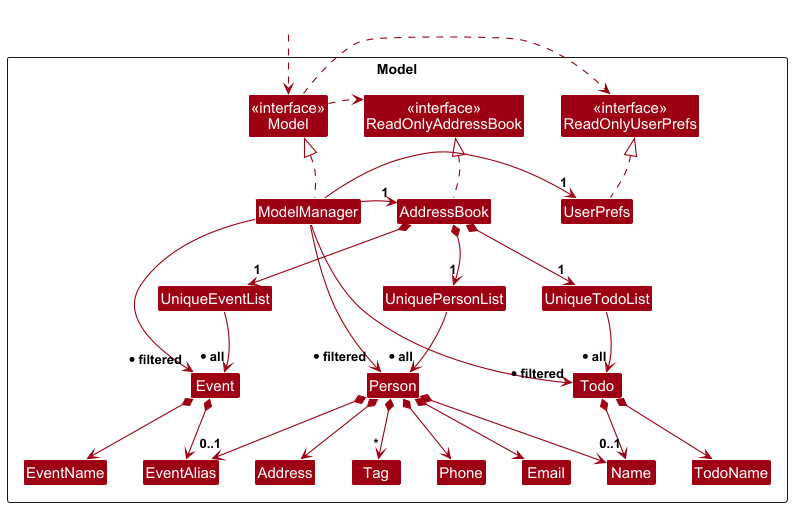
Above: docs/images/ModelClassDiagram.png in jaxwong/tp (PlantUML), before the change.
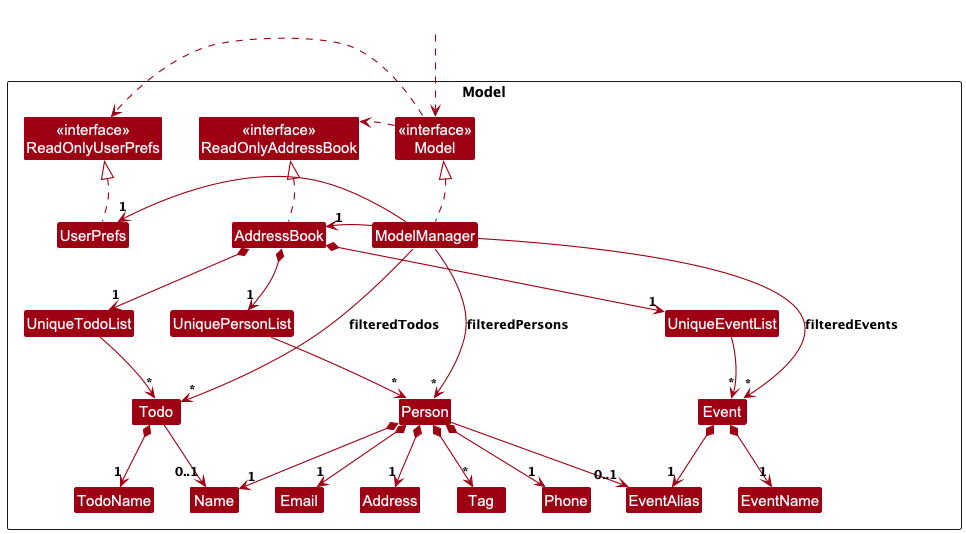
Later version of the same file.

The edit, as a diff of the source:
```diff
@@ -73,24 +73,24 @@
 AddressBook *--> "1" UniqueEventList
 AddressBook *--> "1" UniqueTodoList
 
-UniquePersonList --> "* all" Person
-UniqueEventList --> "* all" Event
-UniqueTodoList --> "* all" Todo
+UniquePersonList --> "*" Person
+UniqueEventList --> "*" Event
+UniqueTodoList --> "*" Todo
 
-ModelManager --> "* filtered" Person
-ModelManager --> "* filtered" Event
-ModelManager --> "* filtered" Todo
+ModelManager --> "*" Person : filteredPersons
+ModelManager --> "*" Event : filteredEvents
+ModelManager --> "*" Todo : filteredTodos
 
-Person *--> Name
-Person *--> Phone
-Person *--> Email
-Person *--> Address
+Person *--> "1" Name
+Person *--> "1" Phone
+Person *--> "1" Email
+Person *--> "1" Address
 Person *--> "*" Tag
-Person *--> "0..1" EventAlias
+Person --> "0..1" EventAlias
 
-Event *--> EventName
-Event *--> EventAlias
+Event *--> "1" EventName
+Event *--> "1" EventAlias
 
-Todo *--> TodoName
-Todo *--> "0..1" Name
+Todo *--> "1" TodoName
+Todo --> "0..1" Name
 @enduml
```
